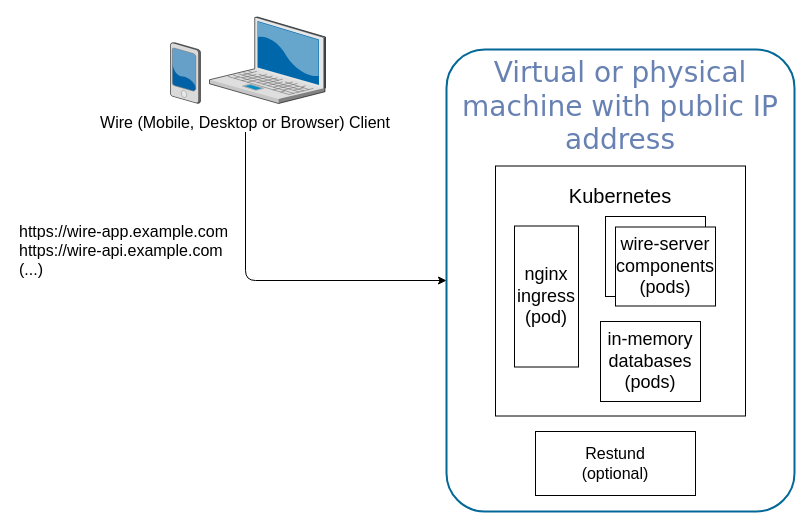
Before: src/how-to/install/img/architecture-demo.drawio in wireapp/wire-docs, a draw.io diagram. Source tidied: cells renumbered, new cells numbered last; positions are measured from the earlier drawing's top-left corner, leaving out a move shared by most shapes. Both pictures are drawn from the tidied source at 100%, with x=0, y=0 at pixel (17, 17).
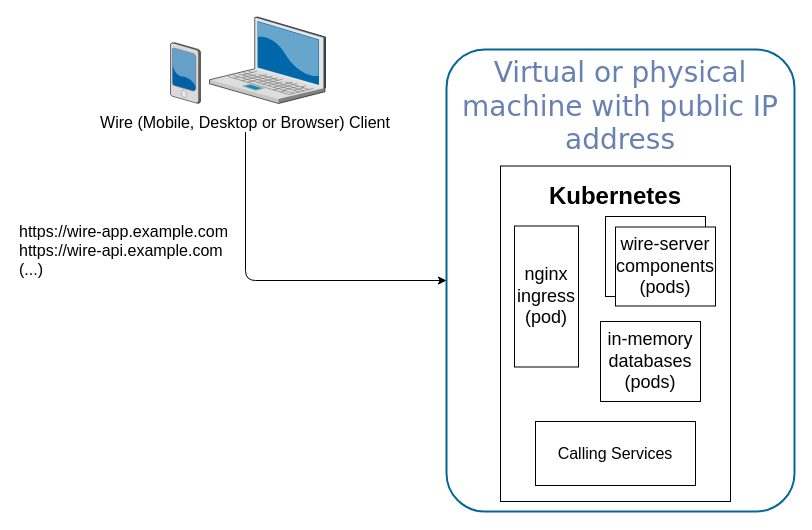
After the change.

Commit message:
move calling services inside of kubernetes, and reformat into XML form.

What changed in the source:
```diff
@@
 <mxGraphModel>
   <root>
     <mxCell id="0" />
     <mxCell id="1" parent="0" />
     <mxCell id="2" style="verticalLabelPosition=bottom;html=1;verticalAlign=top;strokeColor=none;shape=mxgraph.citrix.laptop_2;fillColor=#66B2FF;gradientColor=#0066CC;fontSize=14;" parent="1" vertex="1">
       <mxGeometry x="192" y="-0.5" width="116" height="86.5" as="geometry" />
     </mxCell>
     <mxCell id="3" style="verticalLabelPosition=bottom;html=1;verticalAlign=top;strokeColor=none;shape=mxgraph.citrix.pda;fillColor=#66B2FF;gradientColor=#0066CC;fontSize=14;" parent="1" vertex="1">
       <mxGeometry x="153" y="25" width="30" height="61" as="geometry" />
     </mxCell>
     <mxCell id="4" value="Virtual or physical machine with public IP address" style="rounded=1;whiteSpace=wrap;html=1;shadow=0;comic=0;strokeColor=#036897;strokeWidth=2;fillColor=none;fontFamily=Verdana;fontSize=28;fontColor=#6881B3;align=center;arcSize=11;verticalAlign=top;" parent="1" vertex="1">
       <mxGeometry x="429" y="32" width="348" height="462" as="geometry" />
     </mxCell>
-    <mxCell id="5" value="&lt;div style=&quot;font-size: 20px&quot;&gt;Kubernetes&lt;/div&gt;&lt;div style=&quot;font-size: 20px&quot;&gt;&lt;br style=&quot;font-size: 20px&quot;&gt;&lt;/div&gt;&lt;div style=&quot;font-size: 20px&quot;&gt;&lt;br style=&quot;font-size: 20px&quot;&gt;&lt;/div&gt;&lt;div style=&quot;font-size: 20px&quot;&gt;&lt;br style=&quot;font-size: 20px&quot;&gt;&lt;/div&gt;&lt;div style=&quot;font-size: 20px&quot;&gt;&lt;br style=&quot;font-size: 20px&quot;&gt;&lt;/div&gt;&lt;div style=&quot;font-size: 20px&quot;&gt;&lt;br style=&quot;font-size: 20px&quot;&gt;&lt;/div&gt;&lt;div style=&quot;font-size: 20px&quot;&gt;&lt;br style=&quot;font-size: 20px&quot;&gt;&lt;/div&gt;&lt;div style=&quot;font-size: 20px&quot;&gt;&lt;br style=&quot;font-size: 20px&quot;&gt;&lt;/div&gt;&lt;div style=&quot;font-size: 20px&quot;&gt;&lt;br style=&quot;font-size: 20px&quot;&gt;&lt;/div&gt;" style="whiteSpace=wrap;html=1;fontSize=20;" parent="1" vertex="1">
-      <mxGeometry x="478" y="148.5" width="250" height="250" as="geometry" />
-    </mxCell>
+    <mxCell id="14" style="rounded=0;whiteSpace=wrap;html=1;" parent="1" vertex="1">
+      <mxGeometry x="483" y="148.5" width="230" height="335.5" as="geometry" />
+    </mxCell>
-    <mxCell id="6" value="&lt;div&gt;Restund&lt;br&gt;&lt;/div&gt;&lt;div&gt;(optional)&lt;br&gt;&lt;/div&gt;" style="rounded=0;whiteSpace=wrap;html=1;fontSize=16;" parent="1" vertex="1">
-      <mxGeometry x="518" y="414" width="160" height="64" as="geometry" />
+    <mxCell id="6" value="&lt;div&gt;Calling Services&lt;/div&gt;" style="rounded=0;whiteSpace=wrap;html=1;fontSize=16;" parent="1" vertex="1">
+      <mxGeometry x="518" y="404" width="160" height="64" as="geometry" />
     </mxCell>
     <mxCell id="7" value="https://wire-app.example.com&lt;br&gt;&lt;div&gt;https://wire-api.example.com&lt;/div&gt;(...)" style="text;html=1;fontSize=16;" parent="1" vertex="1">
       <mxGeometry y="198" width="250" height="30" as="geometry" />
     </mxCell>
     <mxCell id="8" value="Wire (Mobile, Desktop or Browser) Client" style="text;html=1;strokeColor=none;fillColor=none;align=center;verticalAlign=middle;whiteSpace=wrap;rounded=0;fontSize=16;" parent="1" vertex="1">
       <mxGeometry x="68" y="94.5" width="320" height="20" as="geometry" />
     </mxCell>
     <mxCell id="9" style="endArrow=classic;html=1;fontSize=16;exitX=0.5;exitY=1;exitDx=0;exitDy=0;edgeStyle=orthogonalEdgeStyle;" parent="1" edge="1" source="8" target="4">
       <mxGeometry relative="1" as="geometry" />
     </mxCell>
     <mxCell id="10" value="nginx ingress&lt;br style=&quot;font-size: 18px;&quot;&gt;(pod)" style="rounded=0;whiteSpace=wrap;html=1;fontSize=18;" parent="1" vertex="1">
       <mxGeometry x="497" y="208.5" width="64" height="141" as="geometry" />
     </mxCell>
     <mxCell id="11" style="rounded=0;whiteSpace=wrap;html=1;fontSize=18;" parent="1" vertex="1">
       <mxGeometry x="588" y="199" width="100" height="80" as="geometry" />
     </mxCell>
     <mxCell id="12" value="wire-server components&lt;br style=&quot;font-size: 18px;&quot;&gt;(pods)" style="rounded=0;whiteSpace=wrap;html=1;fontSize=18;" parent="1" vertex="1">
       <mxGeometry x="598" y="209.5" width="100" height="79" as="geometry" />
     </mxCell>
     <mxCell id="13" value="in-memory databases&lt;br style=&quot;font-size: 18px;&quot;&gt;(pods)" style="rounded=0;whiteSpace=wrap;html=1;fontSize=18;" parent="1" vertex="1">
       <mxGeometry x="583" y="304" width="100" height="80" as="geometry" />
     </mxCell>
+    <mxCell id="5" value="&lt;div&gt;&lt;font style=&quot;font-size: 24px;&quot;&gt;&lt;b&gt;Kubernetes&lt;/b&gt;&lt;/font&gt;&lt;/div&gt;" style="text;html=1;align=center;verticalAlign=middle;whiteSpace=wrap;rounded=0;" parent="1" vertex="1">
+      <mxGeometry x="518" y="164" width="160" height="30" as="geometry" />
+    </mxCell>
   </root>
 </mxGraphModel>
```
